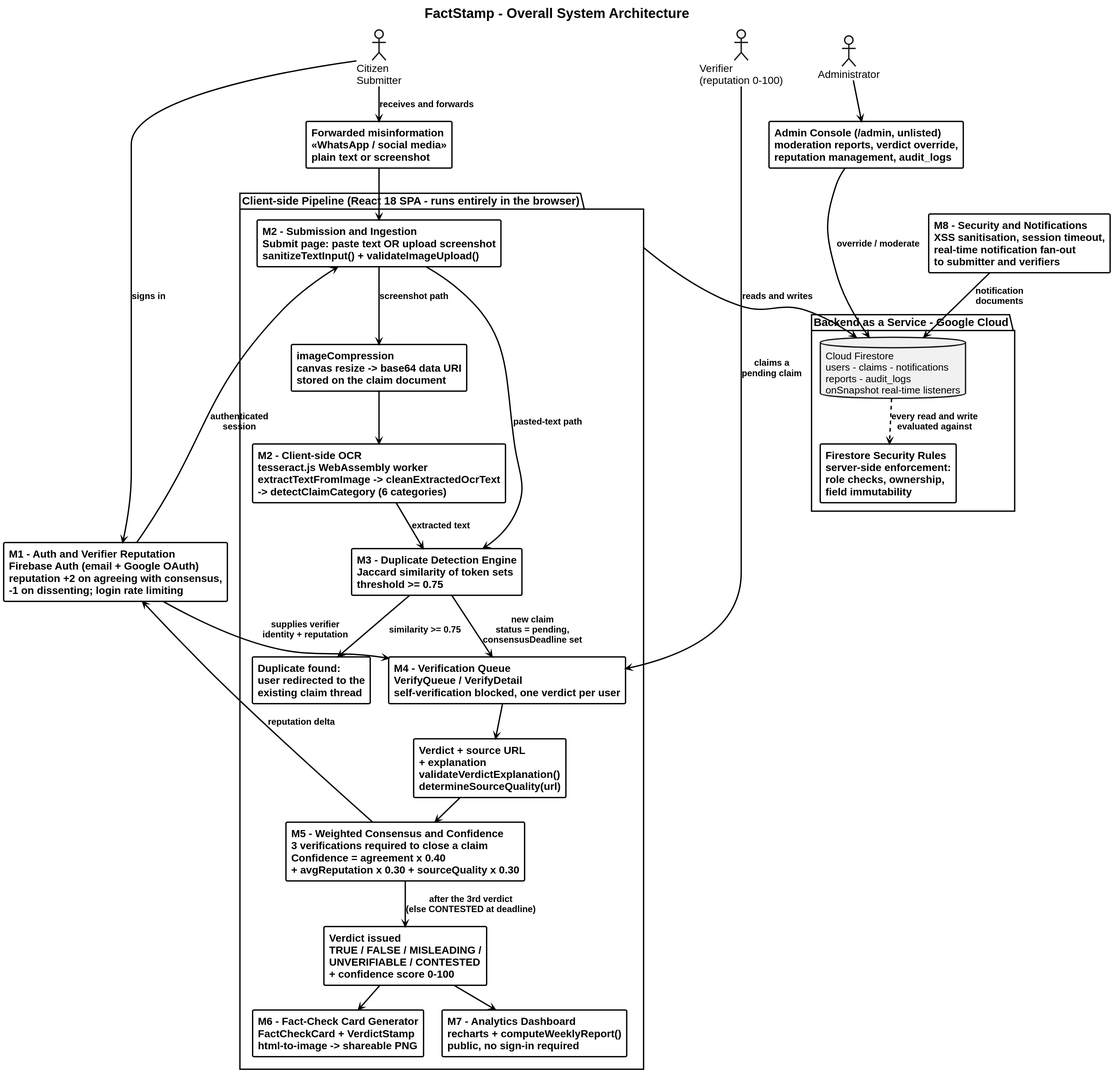
This is FactStamp/black_book_draft/05_Implementation_and_Testing/attachments/system_architecture.svg from aadish0day/typst, a PlantUML export, as it was before one commit.
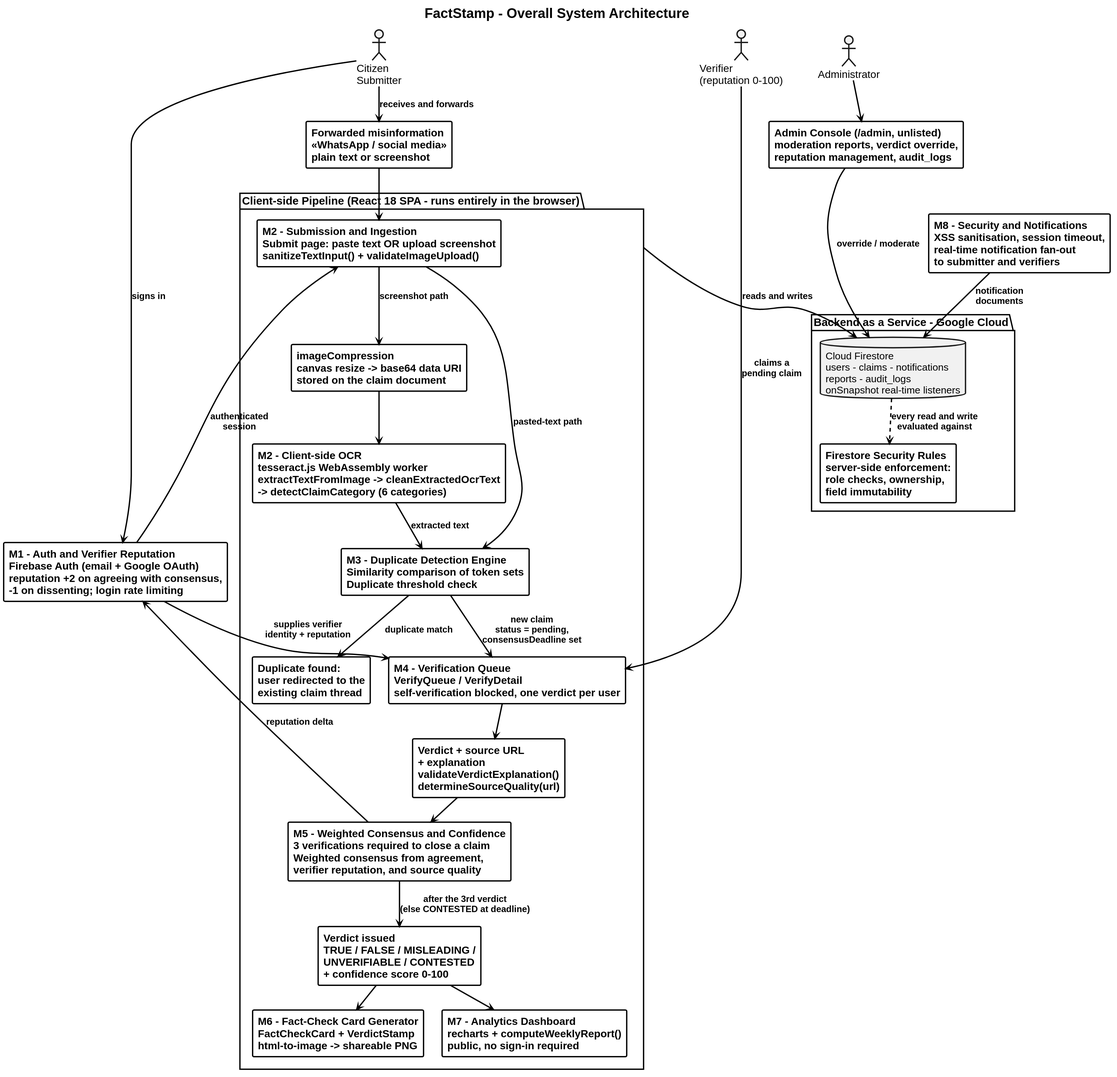
After the commit.

The edit, as a diff of the source:
```diff
@@ -48,14 +48,14 @@
   rectangle "**M2 - Client-side OCR**\ntesseract.js WebAssembly worker\nextractTextFromImage -> cleanExtractedOcrText\n-> detectClaimCategory (6 categories)" as OCR
   rectangle "imageCompression\ncanvas resize -> base64 data URI\nstored on the claim document" as IMG
 
-  rectangle "**M3 - Duplicate Detection Engine**\nJaccard similarity of token sets\nthreshold >= 0.75" as DUP
+  rectangle "**M3 - Duplicate Detection Engine**\nSimilarity comparison of token sets\nDuplicate threshold check" as DUP
   rectangle "Duplicate found:\nuser redirected to the\nexisting claim thread" as DUPHIT
 
   rectangle "**M4 - Verification Queue**\nVerifyQueue / VerifyDetail\nself-verification blocked, one verdict per user" as QUEUE
 
   rectangle "Verdict + source URL\n+ explanation\nvalidateVerdictExplanation()\ndetermineSourceQuality(url)" as VOTE
 
-  rectangle "**M5 - Weighted Consensus and Confidence**\n3 verifications required to close a claim\nConfidence = agreement x 0.40\n+ avgReputation x 0.30 + sourceQuality x 0.30" as CONS
+  rectangle "**M5 - Weighted Consensus and Confidence**\n3 verifications required to close a claim\nWeighted consensus from agreement,\nverifier reputation, and source quality" as CONS
 
   rectangle "**Verdict issued**\nTRUE / FALSE / MISLEADING /\nUNVERIFIABLE / CONTESTED\n+ confidence score 0-100" as VERD
 
@@ -81,7 +81,7 @@
 IMG --> OCR
 SUB --> DUP : pasted-text path
 OCR --> DUP : extracted text
-DUP --> DUPHIT : similarity >= 0.75
+DUP --> DUPHIT : duplicate match
 DUP --> QUEUE : new claim\nstatus = pending,\nconsensusDeadline set
 VER --> QUEUE : claims a\npending claim
 QUEUE --> VOTE
```
